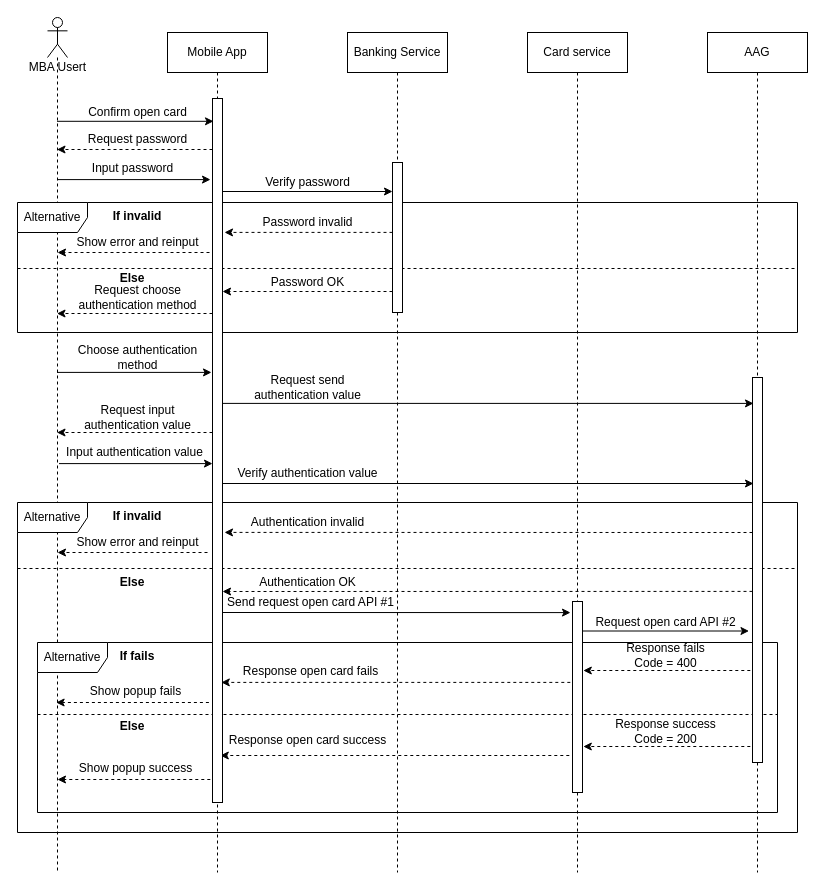
Before: page "Open-card-confirm" (4 of 14) of Sequence Diagram.drawio in lyminh1994/diagram, a draw.io diagram. Source tidied: cells renumbered, new cells numbered last; positions are measured from the earlier drawing's top-left corner, leaving out a move shared by most shapes. Both pictures are drawn from the tidied source at 100%, with x=0, y=0 at pixel (17, 17).
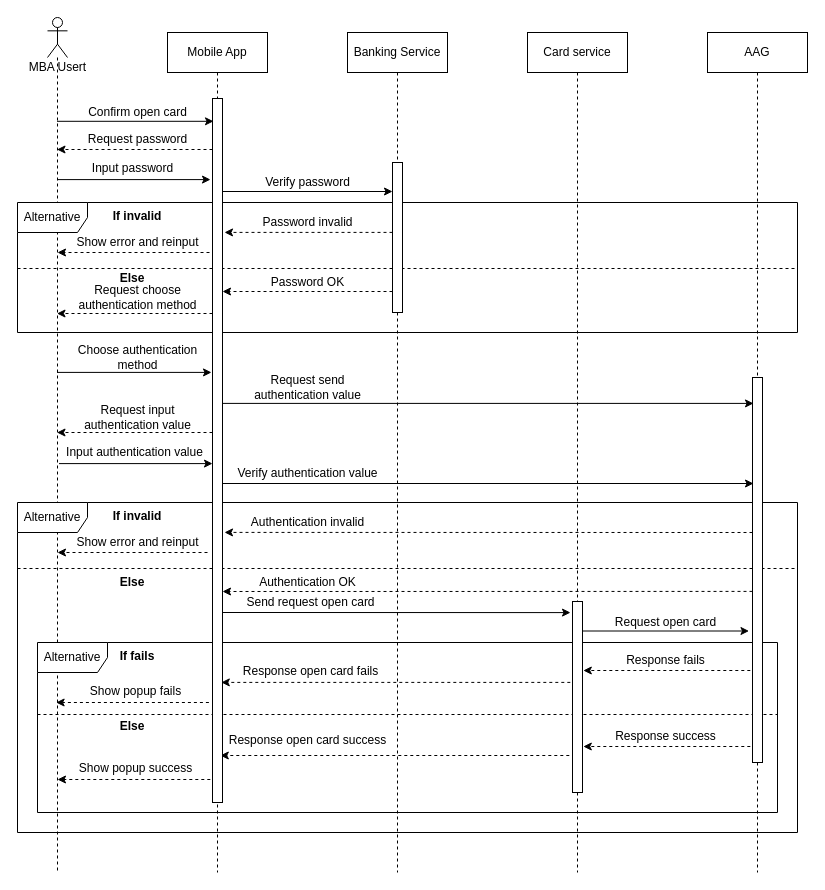
Above is the later version.

The edit, as a diff of the source:
```diff
@@
-    <mxCell id="44" value="Send request open card API #1" style="text;html=1;align=center;verticalAlign=middle;strokeColor=none;fontSize=12;" parent="1" vertex="1">
-      <mxGeometry x="202.8" y="575" width="180" height="20" as="geometry" />
+    <mxCell id="44" value="Send request open card" style="text;html=1;align=center;verticalAlign=middle;strokeColor=none;fontSize=12;" parent="1" vertex="1">
+      <mxGeometry x="222.8" y="575" width="140" height="20" as="geometry" />
     </mxCell>
-    <mxCell id="45" value="Request open card API #2" style="text;html=1;align=center;verticalAlign=middle;strokeColor=none;fontSize=12;" parent="1" vertex="1">
-      <mxGeometry x="567.8" y="595" width="160" height="20" as="geometry" />
+    <mxCell id="45" value="Request open card" style="text;html=1;align=center;verticalAlign=middle;strokeColor=none;fontSize=12;" parent="1" vertex="1">
+      <mxGeometry x="587.8" y="595" width="120" height="20" as="geometry" />
     </mxCell>
-    <mxCell id="46" value="Response fails&lt;br&gt;Code = 400" style="text;html=1;align=center;verticalAlign=middle;strokeColor=none;fontSize=12;" parent="1" vertex="1">
-      <mxGeometry x="602.8" y="623" width="90" height="30" as="geometry" />
+    <mxCell id="46" value="Response fails" style="text;html=1;align=center;verticalAlign=middle;strokeColor=none;fontSize=12;" parent="1" vertex="1">
+      <mxGeometry x="602.8" y="633" width="90" height="20" as="geometry" />
     </mxCell>
@@
-    <mxCell id="55" value="Response success&lt;br&gt;Code = 200" style="text;html=1;align=center;verticalAlign=middle;strokeColor=none;fontSize=12;" parent="1" vertex="1">
-      <mxGeometry x="587.8" y="699" width="120" height="30" as="geometry" />
+    <mxCell id="55" value="Response success" style="text;html=1;align=center;verticalAlign=middle;strokeColor=none;fontSize=12;" parent="1" vertex="1">
+      <mxGeometry x="587.8" y="709" width="120" height="20" as="geometry" />
     </mxCell>
```
